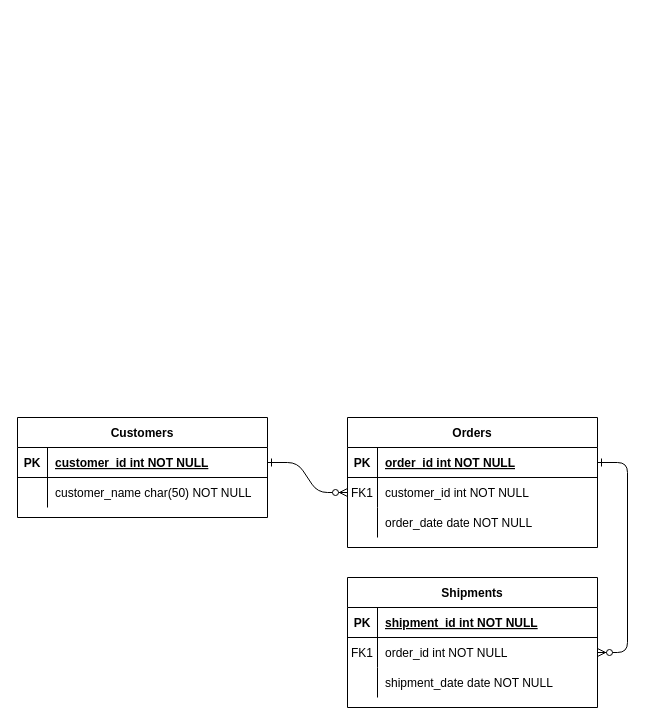
The draw.io diagram Untitled Diagram.drawio in TomaAndreeaCristina/proiect_final, before the edit. Source tidied: cells renumbered, new cells numbered last; positions are measured from the earlier drawing's top-left corner, leaving out a move shared by most shapes. Both pictures are drawn from the tidied source at 100%, with x=0, y=0 at pixel (17, 417).
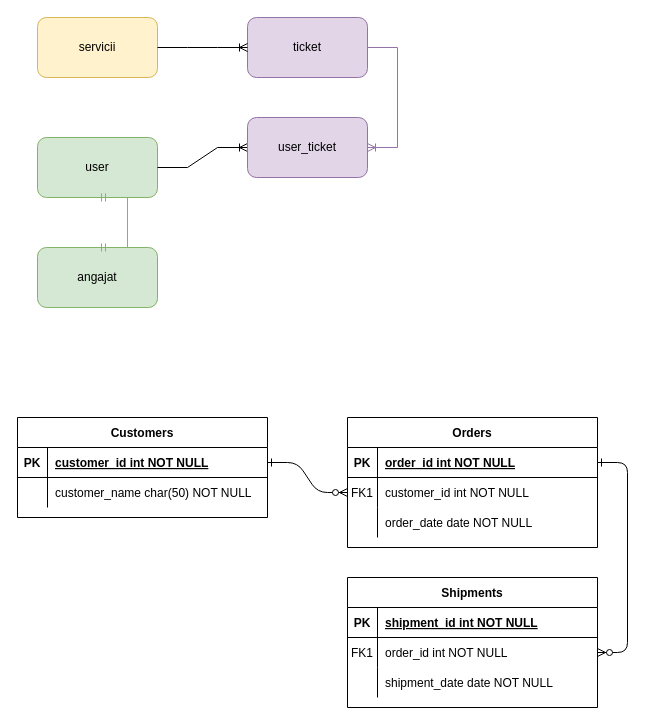
Above is the later version.

What changed in the source:
```diff
@@
+    <mxCell id="31" value="servicii" style="rounded=1;whiteSpace=wrap;html=1;fillColor=#fff2cc;strokeColor=#d6b656;" parent="1" vertex="1">
+      <mxGeometry x="20" y="-400" width="120" height="60" as="geometry" />
+    </mxCell>
+    <mxCell id="32" value="ticket" style="rounded=1;whiteSpace=wrap;html=1;fillColor=#e1d5e7;strokeColor=#9673a6;" parent="1" vertex="1">
+      <mxGeometry x="230" y="-400" width="120" height="60" as="geometry" />
+    </mxCell>
+    <mxCell id="33" value="user" style="rounded=1;whiteSpace=wrap;html=1;fillColor=#d5e8d4;strokeColor=#82b366;" parent="1" vertex="1">
+      <mxGeometry x="20" y="-280" width="120" height="60" as="geometry" />
+    </mxCell>
+    <mxCell id="34" value="angajat" style="rounded=1;whiteSpace=wrap;html=1;fillColor=#d5e8d4;strokeColor=#82b366;" parent="1" vertex="1">
+      <mxGeometry x="20" y="-170" width="120" height="60" as="geometry" />
+    </mxCell>
+    <mxCell id="35" style="edgeStyle=entityRelationEdgeStyle;fontSize=12;html=1;endArrow=ERoneToMany;rounded=0;exitX=1;exitY=0.5;exitDx=0;exitDy=0;entryX=0;entryY=0.5;entryDx=0;entryDy=0;" parent="1" edge="1" source="31" target="32">
+      <mxGeometry relative="1" as="geometry" />
+    </mxCell>
+    <mxCell id="36" style="edgeStyle=entityRelationEdgeStyle;fontSize=12;html=1;endArrow=ERoneToMany;rounded=0;exitX=1;exitY=0.5;exitDx=0;exitDy=0;entryX=0;entryY=0.5;entryDx=0;entryDy=0;" parent="1" edge="1" source="33" target="37">
+      <mxGeometry relative="1" as="geometry" />
+    </mxCell>
+    <mxCell id="37" value="user_ticket" style="rounded=1;whiteSpace=wrap;html=1;fillColor=#e1d5e7;strokeColor=#9673a6;" parent="1" vertex="1">
+      <mxGeometry x="230" y="-300" width="120" height="60" as="geometry" />
+    </mxCell>
+    <mxCell id="38" style="edgeStyle=entityRelationEdgeStyle;fontSize=12;html=1;endArrow=ERoneToMany;rounded=0;exitX=1;exitY=0.5;exitDx=0;exitDy=0;entryX=1;entryY=0.5;entryDx=0;entryDy=0;fillColor=#e1d5e7;strokeColor=#9673a6;" parent="1" edge="1" source="32" target="37">
+      <mxGeometry relative="1" as="geometry" />
+    </mxCell>
+    <mxCell id="39" style="edgeStyle=entityRelationEdgeStyle;fontSize=12;html=1;endArrow=ERmandOne;startArrow=ERmandOne;rounded=0;exitX=0.5;exitY=1;exitDx=0;exitDy=0;entryX=0.5;entryY=0;entryDx=0;entryDy=0;fillColor=#d5e8d4;strokeColor=#82b366;" parent="1" edge="1" source="33" target="34">
+      <mxGeometry relative="1" as="geometry" />
+    </mxCell>
```
